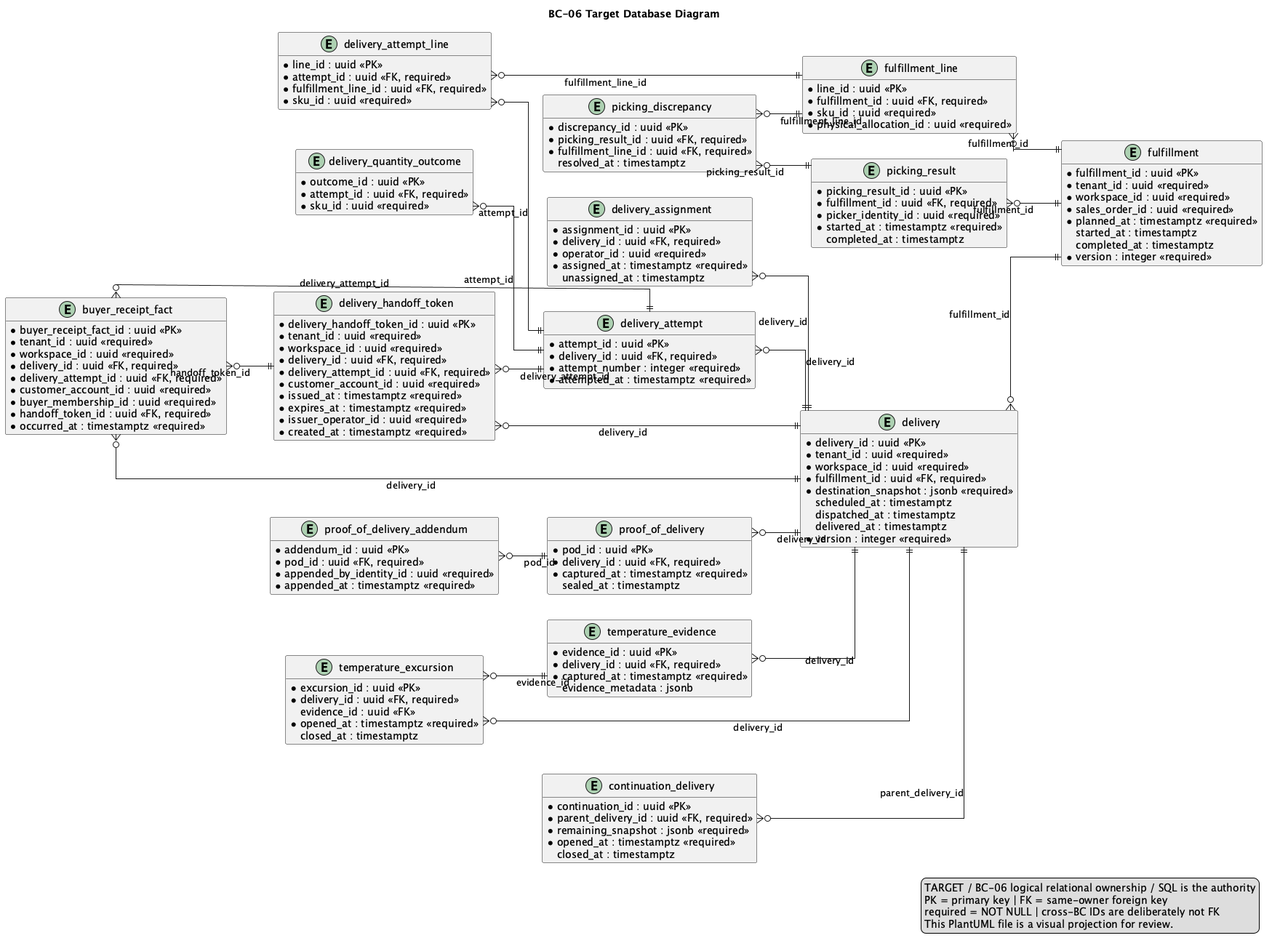
Above: report/assets/chapter-2/tactical/BC-06/database-diagram.png in nexa-suite/mobile-report (PlantUML), before the change.
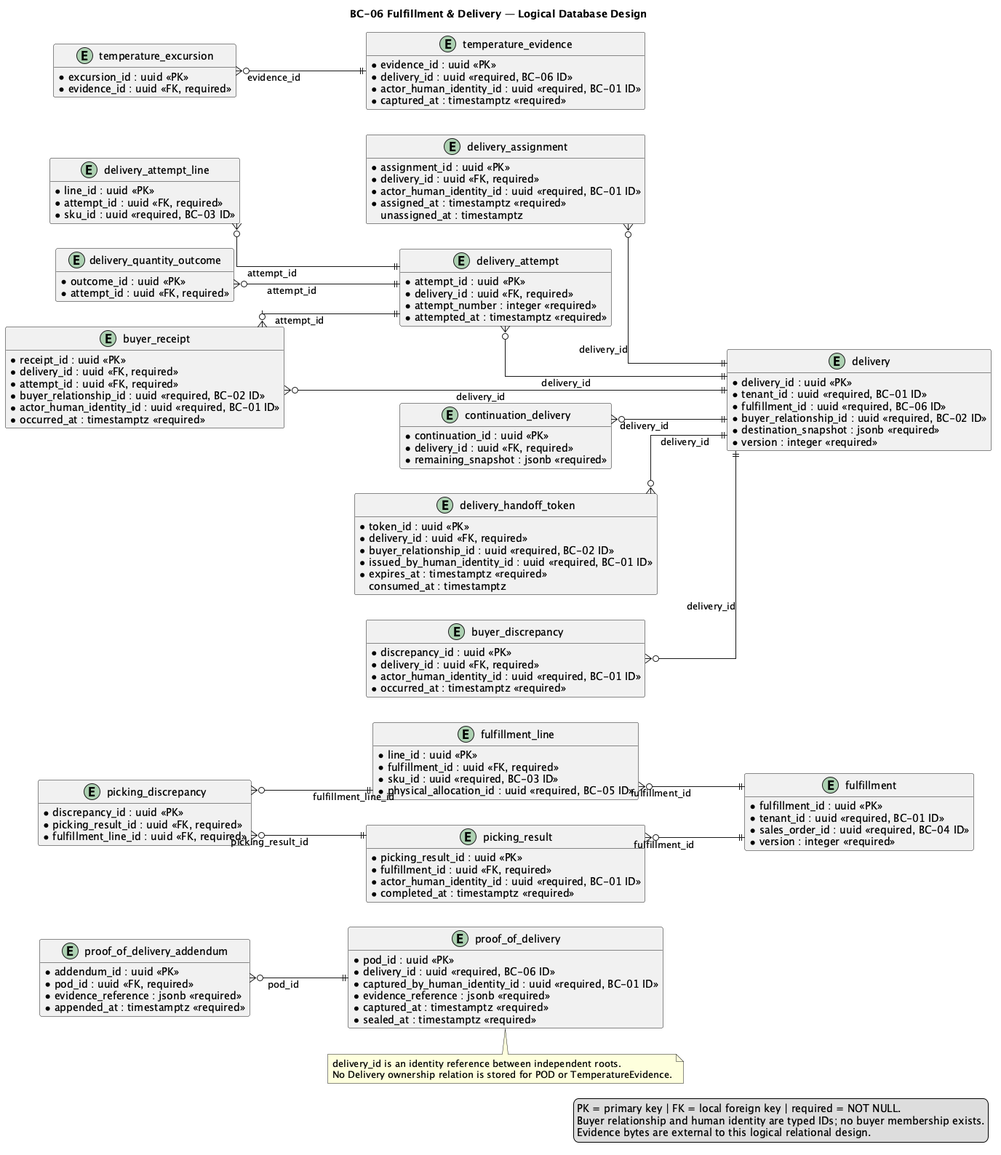
The same file after the commit.

Diff of the diagram source:
```diff
@@ -1,5 +1,5 @@
 @startuml
-title BC-06 Target Database Diagram
+title BC-06 Fulfillment & Delivery — Logical Database Design
 left to right direction
 hide methods
 skinparam shadowing false
@@ -10,201 +10,172 @@
   FontColor #0F172A
 }
 
-entity "fulfillment" as t_fulfillment {
+entity "fulfillment" as fulfillment {
   * fulfillment_id : uuid <<PK>>
-  * tenant_id : uuid <<required>>
-  * workspace_id : uuid <<required>>
-  * sales_order_id : uuid <<required>>
+  * tenant_id : uuid <<required, BC-01 ID>>
+  * sales_order_id : uuid <<required, BC-04 ID>>
   * status : varchar(32) <<required>>
-  * planned_at : timestamptz <<required>>
-    started_at : timestamptz
-    completed_at : timestamptz
   * version : integer <<required>>
 }
 
-entity "fulfillment_line" as t_fulfillment_line {
+entity "fulfillment_line" as fulfillment_line {
   * line_id : uuid <<PK>>
   * fulfillment_id : uuid <<FK, required>>
-  * sku_id : uuid <<required>>
-  * physical_allocation_id : uuid <<required>>
+  * sku_id : uuid <<required, BC-03 ID>>
+  * physical_allocation_id : uuid <<required, BC-05 ID>>
   * planned_quantity : numeric(19,6) <<required>>
   * picked_quantity : numeric(19,6) <<required>>
 }
 
-entity "picking_result" as t_picking_result {
+entity "picking_result" as picking_result {
   * picking_result_id : uuid <<PK>>
   * fulfillment_id : uuid <<FK, required>>
   * status : varchar(32) <<required>>
-  * picker_identity_id : uuid <<required>>
-  * started_at : timestamptz <<required>>
-    completed_at : timestamptz
+  * actor_human_identity_id : uuid <<required, BC-01 ID>>
+  * completed_at : timestamptz <<required>>
 }
 
-entity "picking_discrepancy" as t_picking_discrepancy {
+entity "picking_discrepancy" as picking_discrepancy {
   * discrepancy_id : uuid <<PK>>
   * picking_result_id : uuid <<FK, required>>
   * fulfillment_line_id : uuid <<FK, required>>
   * kind : varchar(32) <<required>>
   * quantity : numeric(19,6) <<required>>
-    resolution : varchar(500)
-    resolved_at : timestamptz
 }
 
-entity "delivery" as t_delivery {
+entity "delivery" as delivery {
   * delivery_id : uuid <<PK>>
-  * tenant_id : uuid <<required>>
-  * workspace_id : uuid <<required>>
-  * fulfillment_id : uuid <<FK, required>>
+  * tenant_id : uuid <<required, BC-01 ID>>
+  * fulfillment_id : uuid <<required, BC-06 ID>>
+  * buyer_relationship_id : uuid <<required, BC-02 ID>>
   * status : varchar(32) <<required>>
   * destination_snapshot : jsonb <<required>>
-    scheduled_at : timestamptz
-    dispatched_at : timestamptz
-    delivered_at : timestamptz
   * version : integer <<required>>
 }
 
-entity "delivery_assignment" as t_delivery_assignment {
+entity "delivery_assignment" as delivery_assignment {
   * assignment_id : uuid <<PK>>
   * delivery_id : uuid <<FK, required>>
-  * operator_id : uuid <<required>>
+  * actor_human_identity_id : uuid <<required, BC-01 ID>>
     vehicle_reference : varchar(120)
   * assigned_at : timestamptz <<required>>
     unassigned_at : timestamptz
 }
 
-entity "delivery_attempt" as t_delivery_attempt {
+entity "delivery_attempt" as delivery_attempt {
   * attempt_id : uuid <<PK>>
   * delivery_id : uuid <<FK, required>>
   * attempt_number : integer <<required>>
+  * attempted_at : timestamptz <<required>>
   * outcome : varchar(32) <<required>>
-  * attempted_at : timestamptz <<required>>
-    notes : varchar(1000)
 }
 
-entity "delivery_attempt_line" as t_delivery_attempt_line {
+entity "delivery_attempt_line" as delivery_attempt_line {
   * line_id : uuid <<PK>>
   * attempt_id : uuid <<FK, required>>
-  * fulfillment_line_id : uuid <<FK, required>>
-  * sku_id : uuid <<required>>
+  * sku_id : uuid <<required, BC-03 ID>>
   * attempted_quantity : numeric(19,6) <<required>>
-  * received_quantity : numeric(19,6) <<required>>
 }
 
-entity "delivery_quantity_outcome" as t_delivery_quantity_outcome {
+entity "delivery_quantity_outcome" as delivery_quantity_outcome {
   * outcome_id : uuid <<PK>>
   * attempt_id : uuid <<FK, required>>
-  * sku_id : uuid <<required>>
   * fulfilled_quantity : numeric(19,6) <<required>>
   * short_quantity : numeric(19,6) <<required>>
     reason : varchar(500)
 }
 
-entity "delivery_handoff_token" as t_delivery_handoff_token {
-  * delivery_handoff_token_id : uuid <<PK>>
-  * tenant_id : uuid <<required>>
-  * workspace_id : uuid <<required>>
+entity "continuation_delivery" as continuation_delivery {
+  * continuation_id : uuid <<PK>>
   * delivery_id : uuid <<FK, required>>
-  * delivery_attempt_id : uuid <<FK, required>>
-  * customer_account_id : uuid <<required>>
-  * token_hash : char(64) <<required>>
-  * issued_at : timestamptz <<required>>
-  * expires_at : timestamptz <<required>>
-  * issuer_operator_id : uuid <<required>>
+  * remaining_snapshot : jsonb <<required>>
   * status : varchar(32) <<required>>
-  * idempotency_key : varchar(160) <<required>>
-  * created_at : timestamptz <<required>>
 }
 
-entity "buyer_receipt_fact" as t_buyer_receipt_fact {
-  * buyer_receipt_fact_id : uuid <<PK>>
-  * tenant_id : uuid <<required>>
-  * workspace_id : uuid <<required>>
+entity "delivery_handoff_token" as delivery_handoff_token {
+  * token_id : uuid <<PK>>
   * delivery_id : uuid <<FK, required>>
-  * delivery_attempt_id : uuid <<FK, required>>
-  * customer_account_id : uuid <<required>>
-  * buyer_membership_id : uuid <<required>>
-  * handoff_token_id : uuid <<FK, required>>
-  * decision : varchar(32) <<required>>
-  * driver_delivered_quantity : numeric(19,6) <<required>>
-  * accepted_quantity : numeric(19,6) <<required>>
-    reason : varchar(2000)
-  * occurred_at : timestamptz <<required>>
-  * idempotency_key : varchar(160) <<required>>
+  * buyer_relationship_id : uuid <<required, BC-02 ID>>
+  * issued_by_human_identity_id : uuid <<required, BC-01 ID>>
+  * token_hash : char(64) <<required>>
+  * expires_at : timestamptz <<required>>
+    consumed_at : timestamptz
 }
 
-entity "proof_of_delivery" as t_proof_of_delivery {
-  * pod_id : uuid <<PK>>
+entity "buyer_receipt" as buyer_receipt {
+  * receipt_id : uuid <<PK>>
   * delivery_id : uuid <<FK, required>>
-  * status : varchar(32) <<required>>
-    recipient_name : varchar(200)
-    signature_object_key : varchar(500)
-  * captured_at : timestamptz <<required>>
-    sealed_at : timestamptz
+  * attempt_id : uuid <<FK, required>>
+  * buyer_relationship_id : uuid <<required, BC-02 ID>>
+  * actor_human_identity_id : uuid <<required, BC-01 ID>>
+  * accepted_quantity : numeric(19,6) <<required>>
+  * occurred_at : timestamptz <<required>>
 }
 
-entity "proof_of_delivery_addendum" as t_proof_of_delivery_addendum {
+entity "buyer_discrepancy" as buyer_discrepancy {
+  * discrepancy_id : uuid <<PK>>
+  * delivery_id : uuid <<FK, required>>
+  * actor_human_identity_id : uuid <<required, BC-01 ID>>
+  * reason : varchar(1000) <<required>>
+  * occurred_at : timestamptz <<required>>
+}
+
+entity "proof_of_delivery" as proof_of_delivery {
+  * pod_id : uuid <<PK>>
+  * delivery_id : uuid <<required, BC-06 ID>>
+  * captured_by_human_identity_id : uuid <<required, BC-01 ID>>
+  * evidence_reference : jsonb <<required>>
+  * captured_at : timestamptz <<required>>
+  * sealed_at : timestamptz <<required>>
+}
+
+entity "proof_of_delivery_addendum" as proof_of_delivery_addendum {
   * addendum_id : uuid <<PK>>
   * pod_id : uuid <<FK, required>>
   * reason : varchar(500) <<required>>
-    evidence_object_key : varchar(500)
-  * appended_by_identity_id : uuid <<required>>
+  * evidence_reference : jsonb <<required>>
   * appended_at : timestamptz <<required>>
 }
 
-entity "temperature_evidence" as t_temperature_evidence {
+entity "temperature_evidence" as temperature_evidence {
   * evidence_id : uuid <<PK>>
-  * delivery_id : uuid <<FK, required>>
+  * delivery_id : uuid <<required, BC-06 ID>>
+  * actor_human_identity_id : uuid <<required, BC-01 ID>>
+  * temperature_celsius : numeric(8,3) <<required>>
   * captured_at : timestamptz <<required>>
-  * temperature_celsius : numeric(8,3) <<required>>
-  * source : varchar(80) <<required>>
-    evidence_metadata : jsonb
 }
 
-entity "temperature_excursion" as t_temperature_excursion {
+entity "temperature_excursion" as temperature_excursion {
   * excursion_id : uuid <<PK>>
-  * delivery_id : uuid <<FK, required>>
-    evidence_id : uuid <<FK>>
+  * evidence_id : uuid <<FK, required>>
+  * reason : varchar(500) <<required>>
   * status : varchar(32) <<required>>
-  * reason : varchar(500) <<required>>
-  * opened_at : timestamptz <<required>>
-    closed_at : timestamptz
 }
 
-entity "continuation_delivery" as t_continuation_delivery {
-  * continuation_id : uuid <<PK>>
-  * parent_delivery_id : uuid <<FK, required>>
-  * status : varchar(32) <<required>>
-  * remaining_snapshot : jsonb <<required>>
-  * opened_at : timestamptz <<required>>
-    closed_at : timestamptz
-}
+fulfillment_line }o--|| fulfillment : fulfillment_id
+picking_result }o--|| fulfillment : fulfillment_id
+picking_discrepancy }o--|| picking_result : picking_result_id
+picking_discrepancy }o--|| fulfillment_line : fulfillment_line_id
+delivery_assignment }o--|| delivery : delivery_id
+delivery_attempt }o--|| delivery : delivery_id
+delivery_attempt_line }o--|| delivery_attempt : attempt_id
+delivery_quantity_outcome }o--|| delivery_attempt : attempt_id
+continuation_delivery }o--|| delivery : delivery_id
+delivery_handoff_token }o--|| delivery : delivery_id
+buyer_receipt }o--|| delivery : delivery_id
+buyer_receipt }o--|| delivery_attempt : attempt_id
+buyer_discrepancy }o--|| delivery : delivery_id
+proof_of_delivery_addendum }o--|| proof_of_delivery : pod_id
+temperature_excursion }o--|| temperature_evidence : evidence_id
 
-t_fulfillment_line }o--|| t_fulfillment : fulfillment_id
-t_picking_result }o--|| t_fulfillment : fulfillment_id
-t_picking_discrepancy }o--|| t_picking_result : picking_result_id
-t_picking_discrepancy }o--|| t_fulfillment_line : fulfillment_line_id
-t_delivery }o--|| t_fulfillment : fulfillment_id
-t_delivery_assignment }o--|| t_delivery : delivery_id
-t_delivery_attempt }o--|| t_delivery : delivery_id
-t_delivery_attempt_line }o--|| t_delivery_attempt : attempt_id
-t_delivery_attempt_line }o--|| t_fulfillment_line : fulfillment_line_id
-t_delivery_quantity_outcome }o--|| t_delivery_attempt : attempt_id
-t_delivery_handoff_token }o--|| t_delivery : delivery_id
-t_delivery_handoff_token }o--|| t_delivery_attempt : delivery_attempt_id
-t_buyer_receipt_fact }o--|| t_delivery : delivery_id
-t_buyer_receipt_fact }o--|| t_delivery_attempt : delivery_attempt_id
-t_buyer_receipt_fact }o--|| t_delivery_handoff_token : handoff_token_id
-t_proof_of_delivery }o--|| t_delivery : delivery_id
-t_proof_of_delivery_addendum }o--|| t_proof_of_delivery : pod_id
-t_temperature_evidence }o--|| t_delivery : delivery_id
-t_temperature_excursion }o--|| t_delivery : delivery_id
-t_temperature_excursion }o--|| t_temperature_evidence : evidence_id
-t_continuation_delivery }o--|| t_delivery : parent_delivery_id
+note bottom of proof_of_delivery
+delivery_id is an identity reference between independent roots.
+No Delivery ownership relation is stored for POD or TemperatureEvidence.
+end note
 
 legend right
-TARGET / BC-06 logical relational ownership / SQL is the authority
-PK = primary key | FK = same-owner foreign key
-required = NOT NULL | cross-BC IDs are deliberately not FK
-This PlantUML file is a visual projection for review.
+PK = primary key | FK = local foreign key | required = NOT NULL.
+Buyer relationship and human identity are typed IDs; no buyer membership exists.
+Evidence bytes are external to this logical relational design.
 endlegend
 @enduml
```
